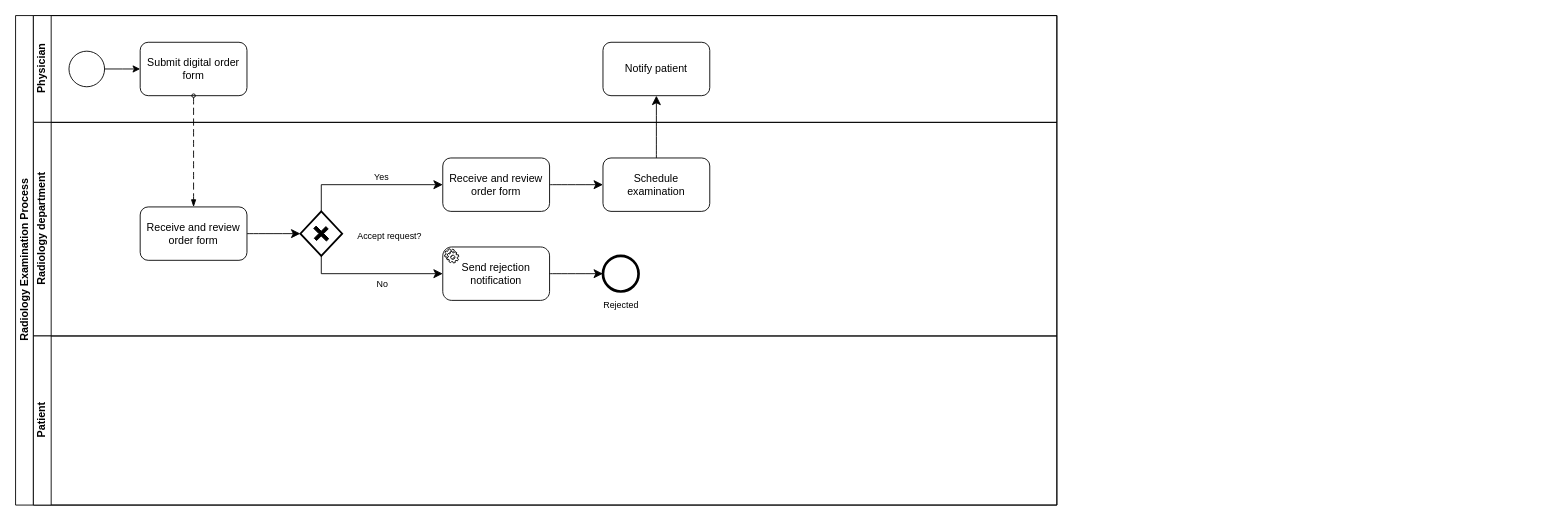
Above: case1.drawio in marhjoh/TDT4175-Information-Systems (draw.io), before the change. Source tidied: cells renumbered, new cells numbered last; positions are measured from the earlier drawing's top-left corner, leaving out a move shared by most shapes. Both pictures are drawn from the tidied source at 89%, with x=0, y=0 at pixel (15, 15).
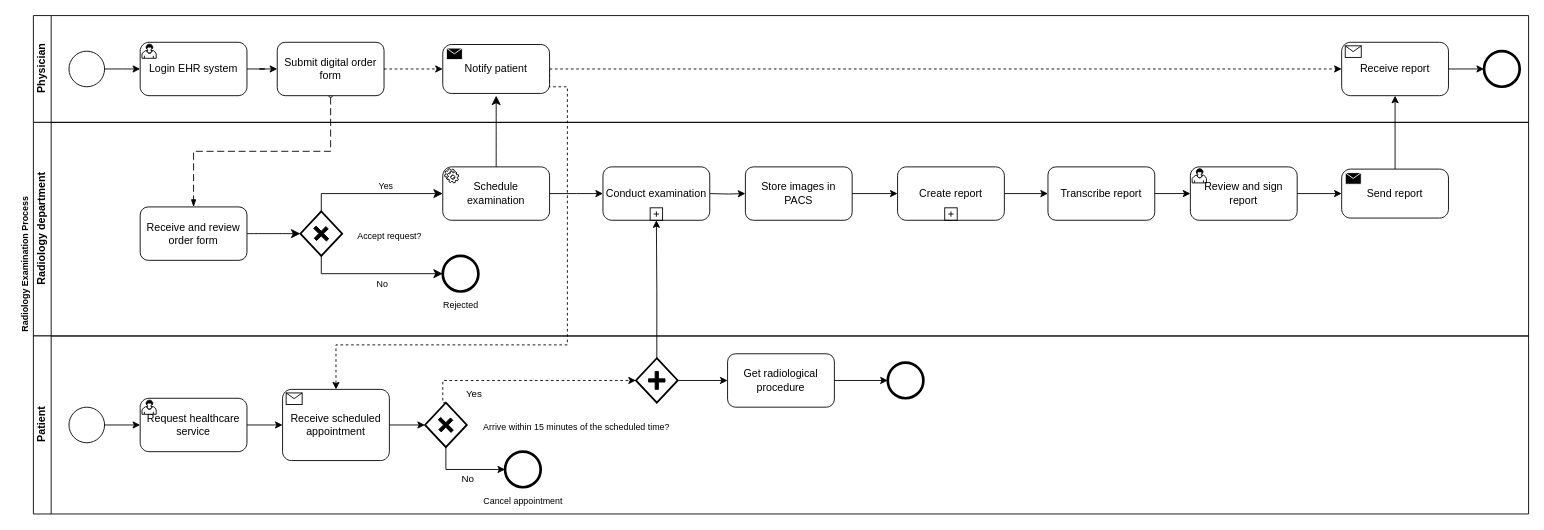
The same page after the edit.

Commit message:
add: finish the design of case 1

Unchanged cells that the change refers to:
```xml
<mxCell id="9" value="Receive and review order form" style="rounded=1;whiteSpace=wrap;html=1;" parent="8" vertex="1">
  <mxGeometry x="120" y="95" width="120" height="60" as="geometry" />
</mxCell>
<mxCell id="12" style="strokeWidth=2;html=1;shape=mxgraph.flowchart.decision;whiteSpace=wrap;" parent="8" vertex="1">
  <mxGeometry x="300" y="100" width="47" height="50" as="geometry" />
</mxCell>
```

Change to the diagram source:
```diff
@@
-    <mxCell id="2" value="Radiology Examination Process" style="swimlane;html=1;horizontal=0;startSize=20;" parent="1" vertex="1">
-      <mxGeometry width="1170" height="550" as="geometry" />
+    <mxCell id="2" value="Radiology Examination Process" style="swimlane;html=1;horizontal=0;startSize=20;fontSize=10;strokeColor=none;" parent="1" vertex="1">
+      <mxGeometry width="1700" height="560" as="geometry" />
     </mxCell>
+    <mxCell id="26" style="dashed=1;dashPattern=8 4;endArrow=blockThin;endFill=1;startArrow=oval;startFill=0;endSize=6;startSize=4;html=1;rounded=0;fontSize=12;exitX=0.5;exitY=1;exitDx=0;exitDy=0;entryX=0.5;entryY=0;entryDx=0;entryDy=0;edgeStyle=orthogonalEdgeStyle;" parent="2" edge="1" source="6" target="9">
+      <mxGeometry relative="1" as="geometry" />
+    </mxCell>
+    <mxCell id="27" style="edgeStyle=none;curved=1;rounded=0;jettySize=auto;html=1;entryX=0.5;entryY=1;entryDx=0;entryDy=0;fontSize=12;startSize=8;endSize=8;exitX=0.5;exitY=0;exitDx=0;exitDy=0;exitPerimeter=0;" parent="2" edge="1" source="24">
+      <mxGeometry relative="1" as="geometry">
+        <mxPoint x="540" y="90" as="targetPoint" />
+      </mxGeometry>
+    </mxCell>
+    <mxCell id="28" style="edgeStyle=orthogonalEdgeStyle;rounded=0;jettySize=auto;html=1;entryX=0.5;entryY=0;entryDx=0;entryDy=0;entryPerimeter=0;exitX=1;exitY=0.5;exitDx=0;exitDy=0;exitPerimeter=0;dashed=1;" parent="2" edge="1" source="7" target="60">
+      <mxGeometry relative="1" as="geometry">
+        <Array as="points">
+          <mxPoint x="600" y="80" />
+          <mxPoint x="620" y="80" />
+          <mxPoint x="620" y="370" />
+          <mxPoint x="360" y="370" />
+        </Array>
+      </mxGeometry>
+    </mxCell>
     <mxCell id="3" value="Physician" style="swimlane;html=1;startSize=20;horizontal=0;" parent="2" vertex="1">
-      <mxGeometry x="20" width="1150" height="120" as="geometry" />
+      <mxGeometry x="20" width="1680" height="120" as="geometry" />
     </mxCell>
@@
     <mxCell id="6" value="Submit digital order form" style="rounded=1;whiteSpace=wrap;html=1;" parent="3" vertex="1">
-      <mxGeometry x="120" y="30" width="120" height="60" as="geometry" />
+      <mxGeometry x="274" y="30" width="120" height="60" as="geometry" />
     </mxCell>
+    <mxCell id="29" style="edgeStyle=orthogonalEdgeStyle;rounded=0;jettySize=auto;html=1;entryX=0;entryY=0.5;entryDx=0;entryDy=0;" parent="3" edge="1" source="30" target="6">
+      <mxGeometry relative="1" as="geometry" />
+    </mxCell>
+    <mxCell id="30" value="Login EHR system" style="points=[[0.25,0,0],[0.5,0,0],[0.75,0,0],[1,0.25,0],[1,0.5,0],[1,0.75,0],[0.75,1,0],[0.5,1,0],[0.25,1,0],[0,0.75,0],[0,0.5,0],[0,0.25,0]];shape=mxgraph.bpmn.task;whiteSpace=wrap;rectStyle=rounded;size=10;html=1;taskMarker=user;" parent="3" vertex="1">
+      <mxGeometry x="120" y="30" width="120" height="60" as="geometry" />
+    </mxCell>
-    <mxCell id="7" value="Notify patient" style="rounded=1;whiteSpace=wrap;html=1;" parent="3" vertex="1">
-      <mxGeometry x="640" y="30" width="120" height="60" as="geometry" />
+    <mxCell id="7" value="Notify patient" style="points=[[0.25,0,0],[0.5,0,0],[0.75,0,0],[1,0.25,0],[1,0.5,0],[1,0.75,0],[0.75,1,0],[0.5,1,0],[0.25,1,0],[0,0.75,0],[0,0.5,0],[0,0.25,0]];shape=mxgraph.bpmn.task;whiteSpace=wrap;rectStyle=rounded;size=10;html=1;taskMarker=send;" parent="3" vertex="1">
+      <mxGeometry x="460" y="32.5" width="120" height="55" as="geometry" />
     </mxCell>
+    <mxCell id="31" style="edgeStyle=orthogonalEdgeStyle;rounded=0;jettySize=auto;html=1;entryX=0;entryY=0.5;entryDx=0;entryDy=0;entryPerimeter=0;dashed=1;" parent="3" edge="1" source="6" target="7">
+      <mxGeometry relative="1" as="geometry" />
+    </mxCell>
+    <mxCell id="32" value="Receive report" style="points=[[0.25,0,0],[0.5,0,0],[0.75,0,0],[1,0.25,0],[1,0.5,0],[1,0.75,0],[0.75,1,0],[0.5,1,0],[0.25,1,0],[0,0.75,0],[0,0.5,0],[0,0.25,0]];shape=mxgraph.bpmn.task;whiteSpace=wrap;rectStyle=rounded;size=10;html=1;taskMarker=receive;" parent="3" vertex="1">
+      <mxGeometry x="1470" y="30" width="120" height="60" as="geometry" />
+    </mxCell>
+    <mxCell id="33" style="edgeStyle=orthogonalEdgeStyle;rounded=0;jettySize=auto;html=1;entryX=0;entryY=0.5;entryDx=0;entryDy=0;entryPerimeter=0;dashed=1;" parent="3" edge="1" source="7" target="32">
+      <mxGeometry relative="1" as="geometry" />
+    </mxCell>
+    <mxCell id="34" style="points=[[0.145,0.145,0],[0.5,0,0],[0.855,0.145,0],[1,0.5,0],[0.855,0.855,0],[0.5,1,0],[0.145,0.855,0],[0,0.5,0]];shape=mxgraph.bpmn.event;html=1;verticalLabelPosition=bottom;labelBackgroundColor=#ffffff;verticalAlign=top;align=center;perimeter=ellipsePerimeter;outlineConnect=0;outline=end;symbol=terminate2;" parent="3" vertex="1">
+      <mxGeometry x="1630" y="40" width="40" height="40" as="geometry" />
+    </mxCell>
+    <mxCell id="35" style="edgeStyle=orthogonalEdgeStyle;rounded=0;jettySize=auto;html=1;entryX=0;entryY=0.5;entryDx=0;entryDy=0;entryPerimeter=0;" parent="3" edge="1" source="32" target="34">
+      <mxGeometry relative="1" as="geometry" />
+    </mxCell>
+    <mxCell id="36" style="edgeStyle=orthogonalEdgeStyle;rounded=0;jettySize=auto;html=1;exitX=0.5;exitY=0;exitDx=0;exitDy=0;exitPerimeter=0;entryX=0.5;entryY=1;entryDx=0;entryDy=0;entryPerimeter=0;" parent="2" edge="1" source="63" target="40">
+      <mxGeometry relative="1" as="geometry" />
+    </mxCell>
     <mxCell id="8" value="Radiology department" style="swimlane;html=1;startSize=20;horizontal=0;" parent="2" vertex="1">
-      <mxGeometry x="20" y="120" width="1150" height="240" as="geometry" />
+      <mxGeometry x="20" y="120" width="1680" height="240" as="geometry" />
     </mxCell>
@@
-    <mxCell id="10" style="edgeStyle=orthogonalEdgeStyle;rounded=0;jettySize=auto;html=1;entryX=0;entryY=0.5;entryDx=0;entryDy=0;fontSize=12;startSize=8;endSize=8;exitX=0.5;exitY=0;exitDx=0;exitDy=0;exitPerimeter=0;" parent="8" edge="1" source="12" target="17">
+    <mxCell id="10" style="edgeStyle=orthogonalEdgeStyle;rounded=0;jettySize=auto;html=1;entryX=0;entryY=0.5;entryDx=0;entryDy=0;fontSize=12;startSize=8;endSize=8;exitX=0.5;exitY=0;exitDx=0;exitDy=0;exitPerimeter=0;entryPerimeter=0;" parent="8" edge="1" source="12" target="24">
       <mxGeometry relative="1" as="geometry" />
     </mxCell>
@@
-    <mxCell id="16" style="edgeStyle=none;curved=1;rounded=0;jettySize=auto;html=1;entryX=0;entryY=0.5;entryDx=0;entryDy=0;fontSize=12;startSize=8;endSize=8;" parent="8" edge="1" source="17" target="24">
-      <mxGeometry relative="1" as="geometry" />
-    </mxCell>
-    <mxCell id="17" value="Receive and review order form" style="rounded=1;whiteSpace=wrap;html=1;" parent="8" vertex="1">
-      <mxGeometry x="460" y="40" width="120" height="60" as="geometry" />
-    </mxCell>
-    <mxCell id="18" value="Send rejection notification" style="points=[[0.25,0,0],[0.5,0,0],[0.75,0,0],[1,0.25,0],[1,0.5,0],[1,0.75,0],[0.75,1,0],[0.5,1,0],[0.25,1,0],[0,0.75,0],[0,0.5,0],[0,0.25,0]];shape=mxgraph.bpmn.task;whiteSpace=wrap;rectStyle=rounded;size=10;html=1;taskMarker=service;" parent="8" vertex="1">
-      <mxGeometry x="460" y="140" width="120" height="60" as="geometry" />
-    </mxCell>
-    <mxCell id="19" style="edgeStyle=orthogonalEdgeStyle;rounded=0;jettySize=auto;html=1;exitX=0.5;exitY=1;exitDx=0;exitDy=0;exitPerimeter=0;fontSize=12;startSize=8;endSize=8;entryX=0;entryY=0.5;entryDx=0;entryDy=0;entryPerimeter=0;" parent="8" edge="1" source="12" target="18">
+    <mxCell id="19" style="edgeStyle=orthogonalEdgeStyle;rounded=0;jettySize=auto;html=1;exitX=0.5;exitY=1;exitDx=0;exitDy=0;exitPerimeter=0;fontSize=12;startSize=8;endSize=8;entryX=0;entryY=0.5;entryDx=0;entryDy=0;entryPerimeter=0;" parent="8" edge="1" source="12" target="21">
       <mxGeometry relative="1" as="geometry" />
     </mxCell>
@@
     <mxCell id="21" style="points=[[0.145,0.145,0],[0.5,0,0],[0.855,0.145,0],[1,0.5,0],[0.855,0.855,0],[0.5,1,0],[0.145,0.855,0],[0,0.5,0]];shape=mxgraph.bpmn.event;html=1;verticalLabelPosition=bottom;labelBackgroundColor=#ffffff;verticalAlign=top;align=center;perimeter=ellipsePerimeter;outlineConnect=0;outline=end;symbol=terminate2;" parent="8" vertex="1">
-      <mxGeometry x="640" y="150" width="40" height="40" as="geometry" />
+      <mxGeometry x="460" y="150" width="40" height="40" as="geometry" />
     </mxCell>
-    <mxCell id="22" style="edgeStyle=none;curved=1;rounded=0;jettySize=auto;html=1;entryX=0;entryY=0.5;entryDx=0;entryDy=0;entryPerimeter=0;fontSize=12;startSize=8;endSize=8;" parent="8" edge="1" source="18" target="21">
-      <mxGeometry relative="1" as="geometry" />
-    </mxCell>
     <mxCell id="23" value="Rejected" style="text;html=1;align=center;verticalAlign=middle;strokeColor=none;fillColor=none;fontSize=10;" parent="8" vertex="1">
-      <mxGeometry x="630" y="190" width="60" height="30" as="geometry" />
+      <mxGeometry x="450" y="190" width="60" height="30" as="geometry" />
     </mxCell>
+    <mxCell id="37" style="edgeStyle=orthogonalEdgeStyle;rounded=0;jettySize=auto;html=1;entryX=0;entryY=0.5;entryDx=0;entryDy=0;" parent="8" edge="1" source="24">
+      <mxGeometry relative="1" as="geometry">
+        <mxPoint x="640" y="80" as="targetPoint" />
+      </mxGeometry>
+    </mxCell>
-    <mxCell id="24" value="Schedule examination" style="rounded=1;whiteSpace=wrap;html=1;" parent="8" vertex="1">
-      <mxGeometry x="640" y="40" width="120" height="60" as="geometry" />
+    <mxCell id="24" value="Schedule examination" style="points=[[0.25,0,0],[0.5,0,0],[0.75,0,0],[1,0.25,0],[1,0.5,0],[1,0.75,0],[0.75,1,0],[0.5,1,0],[0.25,1,0],[0,0.75,0],[0,0.5,0],[0,0.25,0]];shape=mxgraph.bpmn.task;whiteSpace=wrap;rectStyle=rounded;size=10;html=1;taskMarker=service;" parent="8" vertex="1">
+      <mxGeometry x="460" y="50" width="120" height="60" as="geometry" />
     </mxCell>
+    <mxCell id="38" value="Store images in PACS" style="rounded=1;whiteSpace=wrap;html=1;" parent="8" vertex="1">
+      <mxGeometry x="800" y="50" width="120" height="60" as="geometry" />
+    </mxCell>
+    <mxCell id="39" style="edgeStyle=orthogonalEdgeStyle;rounded=0;jettySize=auto;html=1;entryX=0;entryY=0.5;entryDx=0;entryDy=0;" parent="8" edge="1" target="38">
+      <mxGeometry relative="1" as="geometry">
+        <mxPoint x="760" y="80" as="sourcePoint" />
+      </mxGeometry>
+    </mxCell>
+    <mxCell id="40" value="Conduct examination" style="points=[[0.25,0,0],[0.5,0,0],[0.75,0,0],[1,0.25,0],[1,0.5,0],[1,0.75,0],[0.75,1,0],[0.5,1,0],[0.25,1,0],[0,0.75,0],[0,0.5,0],[0,0.25,0]];shape=mxgraph.bpmn.task;whiteSpace=wrap;rectStyle=rounded;size=10;html=1;taskMarker=abstract;isLoopSub=1;" parent="8" vertex="1">
+      <mxGeometry x="640" y="50" width="120" height="60" as="geometry" />
+    </mxCell>
+    <mxCell id="41" value="Transcribe report" style="rounded=1;whiteSpace=wrap;html=1;" parent="8" vertex="1">
+      <mxGeometry x="1140" y="50" width="120" height="60" as="geometry" />
+    </mxCell>
+    <mxCell id="42" value="Review and sign report" style="points=[[0.25,0,0],[0.5,0,0],[0.75,0,0],[1,0.25,0],[1,0.5,0],[1,0.75,0],[0.75,1,0],[0.5,1,0],[0.25,1,0],[0,0.75,0],[0,0.5,0],[0,0.25,0]];shape=mxgraph.bpmn.task;whiteSpace=wrap;rectStyle=rounded;size=10;html=1;taskMarker=user;" parent="8" vertex="1">
+      <mxGeometry x="1300" y="50" width="120" height="60" as="geometry" />
+    </mxCell>
+    <mxCell id="43" style="edgeStyle=orthogonalEdgeStyle;rounded=0;jettySize=auto;html=1;entryX=0;entryY=0.5;entryDx=0;entryDy=0;entryPerimeter=0;" parent="8" edge="1" source="41" target="42">
+      <mxGeometry relative="1" as="geometry" />
+    </mxCell>
+    <mxCell id="44" value="Send report" style="points=[[0.25,0,0],[0.5,0,0],[0.75,0,0],[1,0.25,0],[1,0.5,0],[1,0.75,0],[0.75,1,0],[0.5,1,0],[0.25,1,0],[0,0.75,0],[0,0.5,0],[0,0.25,0]];shape=mxgraph.bpmn.task;whiteSpace=wrap;rectStyle=rounded;size=10;html=1;taskMarker=send;" parent="8" vertex="1">
+      <mxGeometry x="1470" y="52.5" width="120" height="55" as="geometry" />
+    </mxCell>
+    <mxCell id="45" style="edgeStyle=orthogonalEdgeStyle;rounded=0;jettySize=auto;html=1;entryX=0;entryY=0.5;entryDx=0;entryDy=0;entryPerimeter=0;" parent="8" edge="1" source="42" target="44">
+      <mxGeometry relative="1" as="geometry" />
+    </mxCell>
+    <mxCell id="46" style="edgeStyle=orthogonalEdgeStyle;rounded=0;jettySize=auto;html=1;entryX=0;entryY=0.5;entryDx=0;entryDy=0;entryPerimeter=0;" parent="8" edge="1" source="38" target="48">
+      <mxGeometry relative="1" as="geometry" />
+    </mxCell>
+    <mxCell id="47" style="edgeStyle=orthogonalEdgeStyle;rounded=0;jettySize=auto;html=1;entryX=0;entryY=0.5;entryDx=0;entryDy=0;" parent="8" edge="1" source="48" target="41">
+      <mxGeometry relative="1" as="geometry" />
+    </mxCell>
+    <mxCell id="48" value="Create report" style="points=[[0.25,0,0],[0.5,0,0],[0.75,0,0],[1,0.25,0],[1,0.5,0],[1,0.75,0],[0.75,1,0],[0.5,1,0],[0.25,1,0],[0,0.75,0],[0,0.5,0],[0,0.25,0]];shape=mxgraph.bpmn.task;whiteSpace=wrap;rectStyle=rounded;size=10;html=1;taskMarker=abstract;isLoopSub=1;" parent="8" vertex="1">
+      <mxGeometry x="971" y="50" width="120" height="60" as="geometry" />
+    </mxCell>
     <mxCell id="25" value="Patient" style="swimlane;html=1;startSize=20;horizontal=0;" parent="2" vertex="1">
-      <mxGeometry x="20" y="360" width="1150" height="190" as="geometry" />
+      <mxGeometry x="20" y="360" width="1680" height="200" as="geometry" />
     </mxCell>
-    <mxCell id="26" style="dashed=1;dashPattern=8 4;endArrow=blockThin;endFill=1;startArrow=oval;startFill=0;endSize=6;startSize=4;html=1;rounded=0;fontSize=12;curved=1;exitX=0.5;exitY=1;exitDx=0;exitDy=0;entryX=0.5;entryY=0;entryDx=0;entryDy=0;" parent="2" edge="1" source="6" target="9">
-      <mxGeometry relative="1" as="geometry" />
-    </mxCell>
-    <mxCell id="27" style="edgeStyle=none;curved=1;rounded=0;jettySize=auto;html=1;entryX=0.5;entryY=1;entryDx=0;entryDy=0;fontSize=12;startSize=8;endSize=8;" parent="2" edge="1" source="24" target="7">
-      <mxGeometry relative="1" as="geometry" />
-    </mxCell>
+    <mxCell id="49" style="ellipse;whiteSpace=wrap;html=1;" parent="25" vertex="1">
+      <mxGeometry x="40" y="80" width="40" height="40" as="geometry" />
+    </mxCell>
+    <mxCell id="50" value="Request healthcare service" style="points=[[0.25,0,0],[0.5,0,0],[0.75,0,0],[1,0.25,0],[1,0.5,0],[1,0.75,0],[0.75,1,0],[0.5,1,0],[0.25,1,0],[0,0.75,0],[0,0.5,0],[0,0.25,0]];shape=mxgraph.bpmn.task;whiteSpace=wrap;rectStyle=rounded;size=10;html=1;taskMarker=user;" parent="25" vertex="1">
+      <mxGeometry x="120" y="70" width="120" height="60" as="geometry" />
+    </mxCell>
+    <mxCell id="51" style="edgeStyle=orthogonalEdgeStyle;rounded=0;jettySize=auto;html=1;entryX=0;entryY=0.5;entryDx=0;entryDy=0;entryPerimeter=0;" parent="25" edge="1" source="49" target="50">
+      <mxGeometry relative="1" as="geometry" />
+    </mxCell>
+    <mxCell id="52" style="edgeStyle=orthogonalEdgeStyle;rounded=0;jettySize=auto;html=1;entryX=0;entryY=0.5;entryDx=0;entryDy=0;entryPerimeter=0;" parent="25" edge="1" source="50" target="60">
+      <mxGeometry relative="1" as="geometry" />
+    </mxCell>
+    <mxCell id="53" style="strokeWidth=2;html=1;shape=mxgraph.flowchart.decision;whiteSpace=wrap;" parent="25" vertex="1">
+      <mxGeometry x="440" y="75" width="47" height="50" as="geometry" />
+    </mxCell>
+    <mxCell id="54" style="shape=cross;whiteSpace=wrap;html=1;rotation=45;fillColor=#000000;" parent="25" vertex="1">
+      <mxGeometry x="453.4" y="90.7" width="20.1" height="18.5" as="geometry" />
+    </mxCell>
+    <mxCell id="55" value="&lt;font style=&quot;font-size: 10px;&quot;&gt;Arrive within 15 minutes of the scheduled time?&lt;/font&gt;" style="text;html=1;align=center;verticalAlign=middle;strokeColor=none;fillColor=none;fontSize=16;" parent="25" vertex="1">
+      <mxGeometry x="495" y="85" width="230" height="30" as="geometry" />
+    </mxCell>
+    <mxCell id="56" style="points=[[0.145,0.145,0],[0.5,0,0],[0.855,0.145,0],[1,0.5,0],[0.855,0.855,0],[0.5,1,0],[0.145,0.855,0],[0,0.5,0]];shape=mxgraph.bpmn.event;html=1;verticalLabelPosition=bottom;labelBackgroundColor=#ffffff;verticalAlign=top;align=center;perimeter=ellipsePerimeter;outlineConnect=0;outline=end;symbol=terminate2;" parent="25" vertex="1">
+      <mxGeometry x="530" y="130" width="40" height="40" as="geometry" />
+    </mxCell>
+    <mxCell id="57" style="edgeStyle=orthogonalEdgeStyle;rounded=0;jettySize=auto;html=1;entryX=0;entryY=0.5;entryDx=0;entryDy=0;entryPerimeter=0;exitX=0.5;exitY=1;exitDx=0;exitDy=0;exitPerimeter=0;" parent="25" edge="1" source="53" target="56">
+      <mxGeometry relative="1" as="geometry" />
+    </mxCell>
+    <mxCell id="58" value="No" style="edgeLabel;html=1;align=center;verticalAlign=middle;" parent="57" vertex="1">
+      <mxGeometry x="-0.22" y="1" relative="1" as="geometry">
+        <mxPoint x="13" y="11" as="offset" />
+      </mxGeometry>
+    </mxCell>
+    <mxCell id="59" value="Cancel appointment" style="text;html=1;align=center;verticalAlign=middle;strokeColor=none;fillColor=none;fontSize=10;" parent="25" vertex="1">
+      <mxGeometry x="495" y="170" width="110" height="30" as="geometry" />
+    </mxCell>
+    <mxCell id="60" value="Receive scheduled appointment" style="points=[[0.25,0,0],[0.5,0,0],[0.75,0,0],[1,0.25,0],[1,0.5,0],[1,0.75,0],[0.75,1,0],[0.5,1,0],[0.25,1,0],[0,0.75,0],[0,0.5,0],[0,0.25,0]];shape=mxgraph.bpmn.task;whiteSpace=wrap;rectStyle=rounded;size=10;html=1;taskMarker=receive;" parent="25" vertex="1">
+      <mxGeometry x="280" y="60" width="120" height="80" as="geometry" />
+    </mxCell>
+    <mxCell id="61" style="edgeStyle=orthogonalEdgeStyle;rounded=0;jettySize=auto;html=1;entryX=0;entryY=0.5;entryDx=0;entryDy=0;entryPerimeter=0;" parent="25" edge="1" source="60" target="53">
+      <mxGeometry relative="1" as="geometry" />
+    </mxCell>
+    <mxCell id="62" value="Get radiological procedure" style="rounded=1;whiteSpace=wrap;html=1;" parent="25" vertex="1">
+      <mxGeometry x="780" y="20" width="120" height="60" as="geometry" />
+    </mxCell>
+    <mxCell id="63" style="strokeWidth=2;html=1;shape=mxgraph.flowchart.decision;whiteSpace=wrap;" parent="25" vertex="1">
+      <mxGeometry x="677" y="25" width="47" height="50" as="geometry" />
+    </mxCell>
+    <mxCell id="64" style="edgeStyle=orthogonalEdgeStyle;rounded=0;jettySize=auto;html=1;entryX=0;entryY=0.5;entryDx=0;entryDy=0;exitX=1;exitY=0.5;exitDx=0;exitDy=0;exitPerimeter=0;" parent="25" edge="1" source="63" target="62">
+      <mxGeometry relative="1" as="geometry" />
+    </mxCell>
+    <mxCell id="65" style="shape=cross;whiteSpace=wrap;html=1;rotation=90;fillColor=#000000;" parent="25" vertex="1">
+      <mxGeometry x="690.4" y="40.7" width="20.1" height="18.5" as="geometry" />
+    </mxCell>
+    <mxCell id="66" style="edgeStyle=orthogonalEdgeStyle;rounded=0;jettySize=auto;html=1;entryX=0;entryY=0.5;entryDx=0;entryDy=0;exitX=0.5;exitY=0;exitDx=0;exitDy=0;exitPerimeter=0;dashed=1;entryPerimeter=0;" parent="25" edge="1" source="53" target="63">
+      <mxGeometry relative="1" as="geometry">
+        <Array as="points">
+          <mxPoint x="460" y="75" />
+          <mxPoint x="460" y="50" />
+        </Array>
+      </mxGeometry>
+    </mxCell>
+    <mxCell id="67" value="Yes" style="edgeLabel;html=1;align=center;verticalAlign=middle;" parent="66" vertex="1">
+      <mxGeometry x="-0.65" y="-3" relative="1" as="geometry">
+        <mxPoint x="20" y="11" as="offset" />
+      </mxGeometry>
+    </mxCell>
+    <mxCell id="68" style="points=[[0.145,0.145,0],[0.5,0,0],[0.855,0.145,0],[1,0.5,0],[0.855,0.855,0],[0.5,1,0],[0.145,0.855,0],[0,0.5,0]];shape=mxgraph.bpmn.event;html=1;verticalLabelPosition=bottom;labelBackgroundColor=#ffffff;verticalAlign=top;align=center;perimeter=ellipsePerimeter;outlineConnect=0;outline=end;symbol=terminate2;" parent="25" vertex="1">
+      <mxGeometry x="960" y="30" width="40" height="40" as="geometry" />
+    </mxCell>
+    <mxCell id="69" style="edgeStyle=orthogonalEdgeStyle;rounded=0;jettySize=auto;html=1;entryX=0;entryY=0.5;entryDx=0;entryDy=0;entryPerimeter=0;" parent="25" edge="1" source="62" target="68">
+      <mxGeometry relative="1" as="geometry" />
+    </mxCell>
+    <mxCell id="70" style="edgeStyle=orthogonalEdgeStyle;rounded=0;jettySize=auto;html=1;entryX=0.5;entryY=1;entryDx=0;entryDy=0;entryPerimeter=0;" parent="2" edge="1" source="44" target="32">
+      <mxGeometry relative="1" as="geometry" />
+    </mxCell>
```
